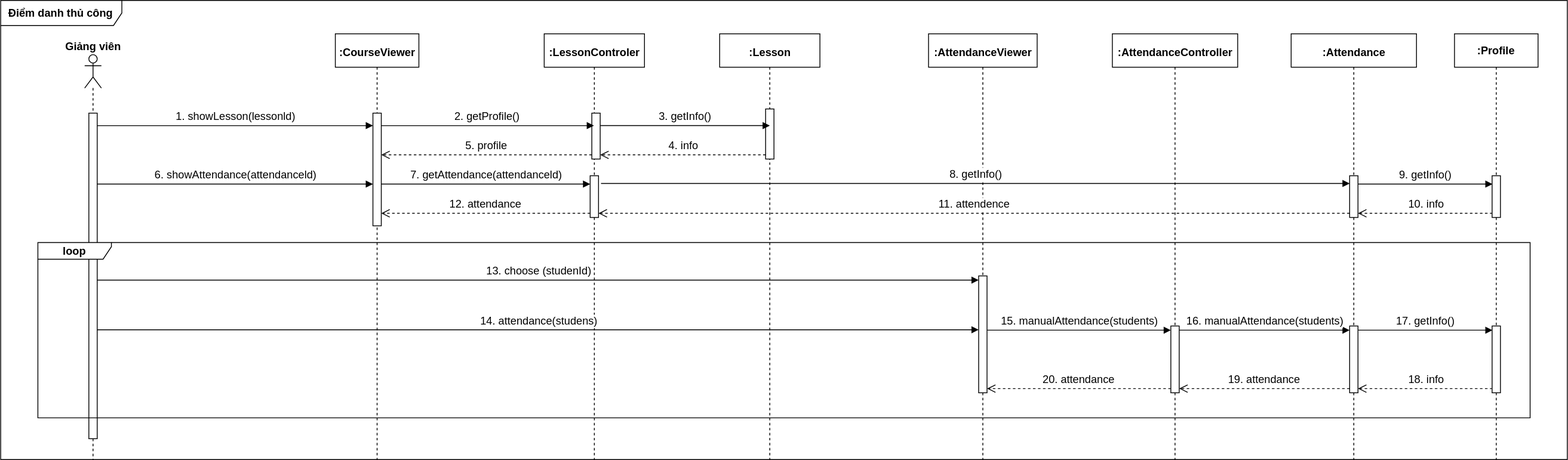
Earlier version of the draw.io export DiemDanh_2/DiemDanhThuCong.drawio.svg (minh071289/AI_system). Source tidied: cells renumbered, new cells last; positions are measured from the earlier drawing's top-left corner, leaving out a move shared by most shapes.
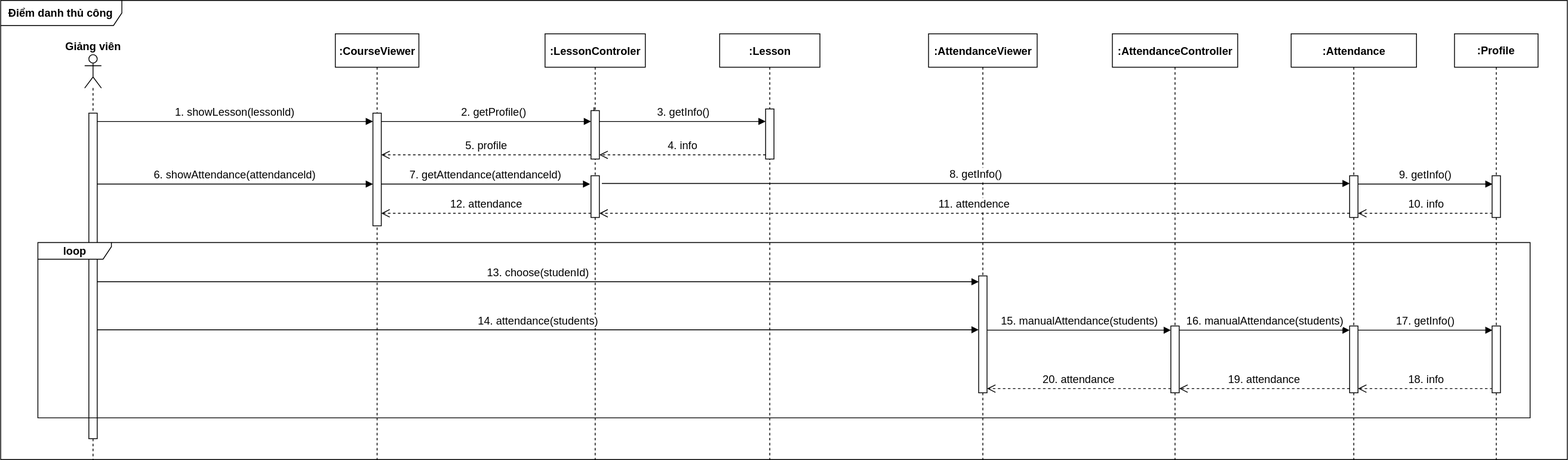
Later version of the same file.

What changed in the source:
```diff
@@ -22,11 +22,11 @@
     </mxCell>
     <mxCell id="8" value="1. showLesson(lessonld)" style="html=1;verticalAlign=bottom;endArrow=block;curved=0;rounded=0;fontSize=13;" parent="1" edge="1">
       <mxGeometry relative="1" as="geometry">
-        <mxPoint x="115.5" y="150" as="sourcePoint" />
-        <mxPoint x="445.5" y="150" as="targetPoint" />
+        <mxPoint x="115.5" y="145" as="sourcePoint" />
+        <mxPoint x="445.5" y="145" as="targetPoint" />
         <Array as="points">
-          <mxPoint x="260.5" y="150" />
-          <mxPoint x="400.7" y="150" />
+          <mxPoint x="260.5" y="145" />
+          <mxPoint x="400.7" y="145" />
         </Array>
       </mxGeometry>
     </mxCell>
@@ -34,11 +34,8 @@
       <mxGeometry x="44.5" y="290" width="1786" height="210" as="geometry" />
     </mxCell>
     <mxCell id="10" value="&lt;b&gt;:LessonControler&lt;/b&gt;" style="shape=umlLifeline;perimeter=lifelinePerimeter;whiteSpace=wrap;html=1;newEdgeStyle={&quot;curved&quot;:0,&quot;rounded&quot;:0};spacingTop=3;spacing=3;fontSize=13;" parent="1" vertex="1">
-      <mxGeometry x="650.5" y="40" width="120" height="510" as="geometry" />
+      <mxGeometry x="651.5" y="40" width="120" height="510" as="geometry" />
     </mxCell>
-    <mxCell id="11" style="html=1;points=[[0,0,0,0,5],[0,1,0,0,-5],[1,0,0,0,5],[1,1,0,0,-5]];perimeter=orthogonalPerimeter;outlineConnect=0;targetShapes=umlLifeline;portConstraint=eastwest;newEdgeStyle={&quot;curved&quot;:0,&quot;rounded&quot;:0};fontSize=13;" parent="10" vertex="1">
-      <mxGeometry x="57" y="95" width="10" height="55" as="geometry" />
-    </mxCell>
     <mxCell id="12" style="html=1;points=[[0,0,0,0,5],[0,1,0,0,-5],[1,0,0,0,5],[1,1,0,0,-5]];perimeter=orthogonalPerimeter;outlineConnect=0;targetShapes=umlLifeline;portConstraint=eastwest;newEdgeStyle={&quot;curved&quot;:0,&quot;rounded&quot;:0};fontSize=13;" parent="10" vertex="1">
       <mxGeometry x="55" y="170" width="10" height="50" as="geometry" />
     </mxCell>
@@ -46,9 +43,10 @@
       <mxGeometry relative="1" as="geometry" />
     </mxCell>
     <mxCell id="14" value="2. getProfile()" style="html=1;verticalAlign=bottom;endArrow=block;curved=0;rounded=0;fontSize=13;" parent="1" edge="1">
-      <mxGeometry relative="1" as="geometry">
-        <mxPoint x="455.5" y="150" as="sourcePoint" />
-        <mxPoint x="710" y="150" as="targetPoint" />
+      <mxGeometry x="1" y="-120" relative="1" as="geometry">
+        <mxPoint x="710" y="128" as="sourcePoint" />
+        <mxPoint x="710" y="143" as="targetPoint" />
+        <mxPoint y="2" as="offset" />
       </mxGeometry>
     </mxCell>
     <mxCell id="15" value="&lt;b&gt;:Lesson&lt;/b&gt;" style="shape=umlLifeline;perimeter=lifelinePerimeter;whiteSpace=wrap;html=1;newEdgeStyle={&quot;curved&quot;:0,&quot;rounded&quot;:0};spacingTop=3;spacing=3;fontSize=13;" parent="1" vertex="1">
@@ -78,8 +76,11 @@
     <mxCell id="20" value="4. info" style="html=1;verticalAlign=bottom;endArrow=open;dashed=1;endSize=8;curved=0;rounded=0;exitX=0;exitY=1;exitDx=0;exitDy=-5;fontSize=13;" parent="1" edge="1" source="16" target="11">
       <mxGeometry relative="1" as="geometry" />
     </mxCell>
-    <mxCell id="21" value="3. getInfo()" style="html=1;verticalAlign=bottom;endArrow=block;curved=0;rounded=0;entryX=0.5;entryY=0.333;entryDx=0;entryDy=0;entryPerimeter=0;fontSize=13;" parent="1" edge="1" source="11" target="16">
-      <mxGeometry relative="1" as="geometry" />
+    <mxCell id="21" value="3. getInfo()" style="html=1;verticalAlign=bottom;endArrow=block;curved=0;rounded=0;fontSize=13;" parent="1" edge="1">
+      <mxGeometry relative="1" as="geometry">
+        <mxPoint x="716.5" y="145" as="sourcePoint" />
+        <mxPoint x="915.5" y="145" as="targetPoint" />
+      </mxGeometry>
     </mxCell>
     <mxCell id="22" value="&lt;b&gt;:AttendanceViewer&lt;/b&gt;" style="shape=umlLifeline;perimeter=lifelinePerimeter;whiteSpace=wrap;html=1;newEdgeStyle={&quot;curved&quot;:0,&quot;rounded&quot;:0};spacingTop=3;spacing=3;fontSize=13;" parent="1" vertex="1">
       <mxGeometry x="1110.5" y="40" width="130" height="510" as="geometry" />
@@ -141,10 +142,13 @@
     <mxCell id="38" value="15. manualAttendance(students)" style="html=1;verticalAlign=bottom;endArrow=block;curved=0;rounded=0;entryX=0;entryY=0;entryDx=0;entryDy=5;fontSize=13;" parent="1" edge="1" source="23" target="25">
       <mxGeometry relative="1" as="geometry" />
     </mxCell>
-    <mxCell id="39" value="13. choose (studenId)" style="html=1;verticalAlign=bottom;endArrow=block;curved=0;rounded=0;entryX=0;entryY=0;entryDx=0;entryDy=5;entryPerimeter=0;fontSize=13;" parent="1" edge="1" source="6" target="23">
-      <mxGeometry relative="1" as="geometry" />
+    <mxCell id="39" value="13. choose(studenId)" style="html=1;verticalAlign=bottom;endArrow=block;curved=0;rounded=0;entryX=0;entryY=0;entryDx=0;entryDy=5;entryPerimeter=0;fontSize=13;" parent="1" edge="1">
+      <mxGeometry relative="1" as="geometry">
+        <mxPoint x="115.5" y="337" as="sourcePoint" />
+        <mxPoint x="1170.5" y="337" as="targetPoint" />
+      </mxGeometry>
     </mxCell>
-    <mxCell id="40" value="14. attendance(studens)" style="html=1;verticalAlign=bottom;endArrow=block;curved=0;rounded=0;fontSize=13;" parent="1" edge="1" source="6">
+    <mxCell id="40" value="14. attendance(students)" style="html=1;verticalAlign=bottom;endArrow=block;curved=0;rounded=0;fontSize=13;" parent="1" edge="1" source="6">
       <mxGeometry relative="1" as="geometry">
         <mxPoint x="1170.5" y="394.5" as="targetPoint" />
       </mxGeometry>
@@ -158,5 +162,14 @@
     <mxCell id="43" style="html=1;perimeter=orthogonalPerimeter;targetShapes=umlLifeline;newEdgeStyle={&quot;curved&quot;:0,&quot;rounded&quot;:0};" parent="41" vertex="1">
       <mxGeometry x="45" y="350" width="10" height="80" as="geometry" />
     </mxCell>
+    <mxCell id="44" style="html=1;verticalAlign=bottom;endArrow=block;curved=0;rounded=0;fontSize=13;" parent="1" edge="1">
+      <mxGeometry relative="1" as="geometry">
+        <mxPoint x="455.5" y="145" as="sourcePoint" />
+        <mxPoint x="706.5" y="145" as="targetPoint" />
+      </mxGeometry>
+    </mxCell>
+    <mxCell id="11" style="html=1;points=[[0,0,0,0,5],[0,1,0,0,-5],[1,0,0,0,5],[1,1,0,0,-5]];perimeter=orthogonalPerimeter;outlineConnect=0;targetShapes=umlLifeline;portConstraint=eastwest;newEdgeStyle={&quot;curved&quot;:0,&quot;rounded&quot;:0};fontSize=13;" parent="1" vertex="1">
+      <mxGeometry x="706.5" y="132" width="10" height="58" as="geometry" />
+    </mxCell>
   </root>
 </mxGraphModel>
```
